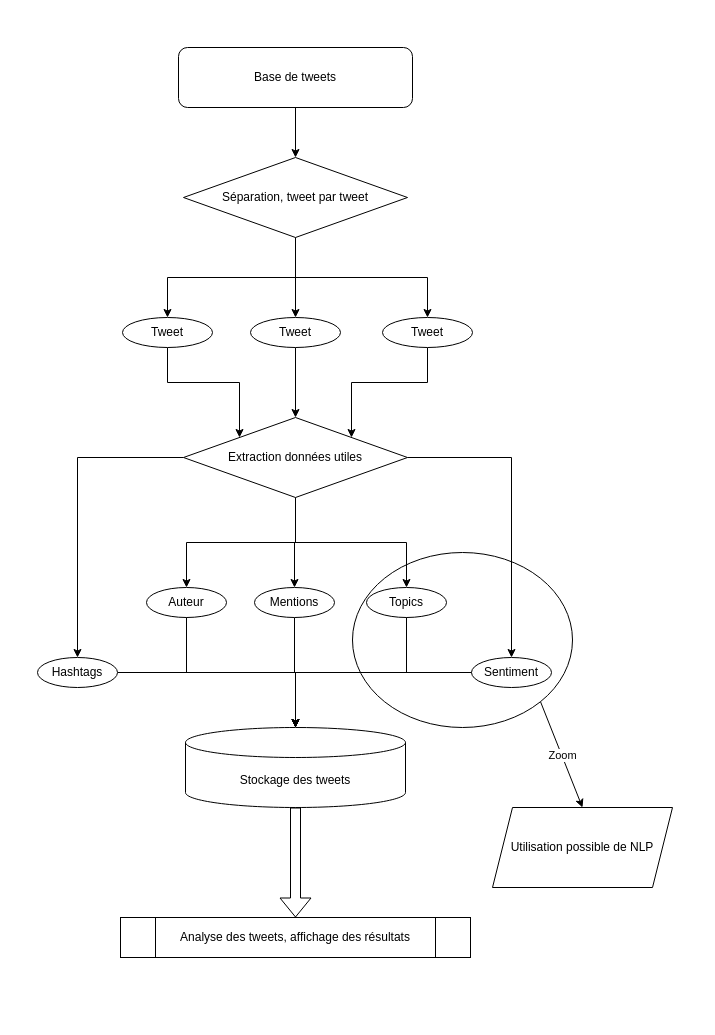
The draw.io diagram InPoDA_Diagram.drawio in Egeyae/InPoDA-project-in304, before the edit. Source tidied: cells renumbered, new cells numbered last; positions are measured from the earlier drawing's top-left corner, leaving out a move shared by most shapes. Both pictures are drawn from the tidied source at 100%, with x=0, y=0 at pixel (37, 47).
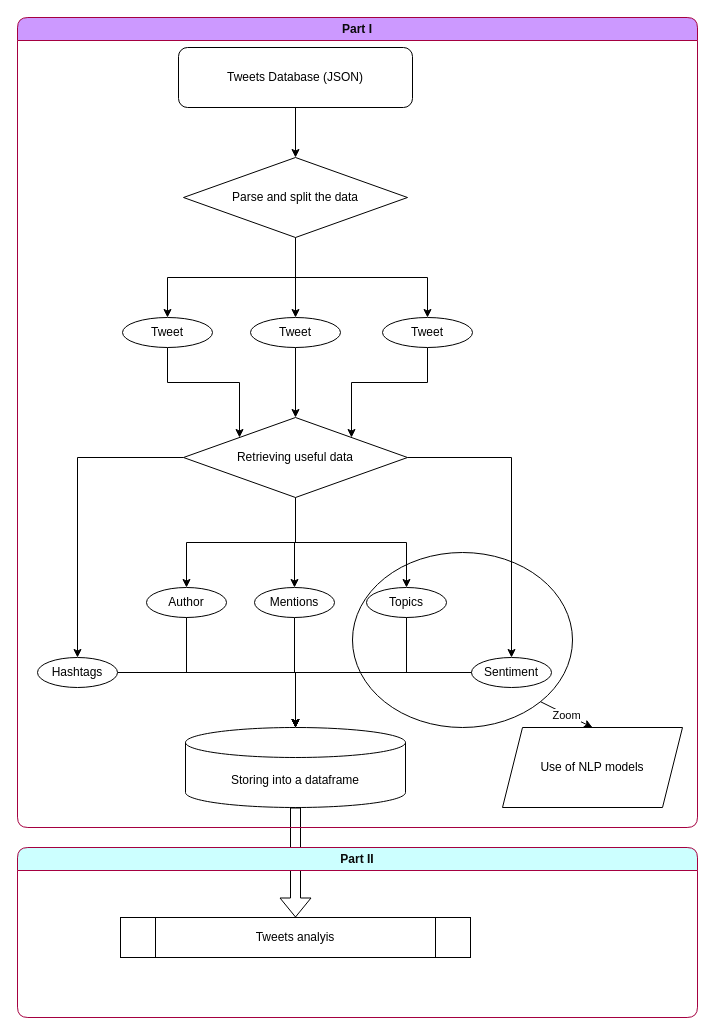
After the change.

The edit, as a diff of the source:
```diff
@@
     <mxCell id="2" style="rounded=0;html=1;jettySize=auto;orthogonalLoop=1;fontSize=11;endArrow=block;endFill=0;endSize=8;strokeWidth=1;shadow=0;labelBackgroundColor=none;edgeStyle=orthogonalEdgeStyle;" parent="1" edge="1">
       <mxGeometry relative="1" as="geometry">
-        <mxPoint x="65" y="120" as="sourcePoint" />
+        <mxPoint x="70" y="90" as="sourcePoint" />
       </mxGeometry>
     </mxCell>
     <mxCell id="3" value="Yes" style="rounded=0;html=1;jettySize=auto;orthogonalLoop=1;fontSize=11;endArrow=block;endFill=0;endSize=8;strokeWidth=1;shadow=0;labelBackgroundColor=none;edgeStyle=orthogonalEdgeStyle;" parent="1" edge="1">
       <mxGeometry y="20" relative="1" as="geometry">
-        <mxPoint x="65" y="290" as="targetPoint" />
+        <mxPoint x="70" y="260" as="targetPoint" />
       </mxGeometry>
     </mxCell>
     <mxCell id="4" value="No" style="edgeStyle=orthogonalEdgeStyle;rounded=0;html=1;jettySize=auto;orthogonalLoop=1;fontSize=11;endArrow=block;endFill=0;endSize=8;strokeWidth=1;shadow=0;labelBackgroundColor=none;" parent="1" edge="1">
       <mxGeometry y="10" relative="1" as="geometry">
-        <mxPoint x="115" y="210" as="sourcePoint" />
+        <mxPoint x="120" y="180" as="sourcePoint" />
       </mxGeometry>
     </mxCell>
     <mxCell id="5" value="No" style="rounded=0;html=1;jettySize=auto;orthogonalLoop=1;fontSize=11;endArrow=block;endFill=0;endSize=8;strokeWidth=1;shadow=0;labelBackgroundColor=none;edgeStyle=orthogonalEdgeStyle;" parent="1" edge="1">
       <mxGeometry x="0.33" y="20" relative="1" as="geometry">
-        <mxPoint x="65" y="430" as="targetPoint" />
+        <mxPoint x="70" y="400" as="targetPoint" />
       </mxGeometry>
     </mxCell>
     <mxCell id="6" value="Yes" style="edgeStyle=orthogonalEdgeStyle;rounded=0;html=1;jettySize=auto;orthogonalLoop=1;fontSize=11;endArrow=block;endFill=0;endSize=8;strokeWidth=1;shadow=0;labelBackgroundColor=none;" parent="1" edge="1">
       <mxGeometry y="10" relative="1" as="geometry">
-        <mxPoint x="115" y="330" as="sourcePoint" />
+        <mxPoint x="120" y="300" as="sourcePoint" />
       </mxGeometry>
     </mxCell>
-    <mxCell id="7" value="Stockage des tweets" style="shape=cylinder3;whiteSpace=wrap;html=1;boundedLbl=1;backgroundOutline=1;size=15;" parent="1" vertex="1">
+    <mxCell id="7" value="Storing into a dataframe" style="shape=cylinder3;whiteSpace=wrap;html=1;boundedLbl=1;backgroundOutline=1;size=15;" parent="1" vertex="1">
       <mxGeometry x="148" y="680" width="220" height="80" as="geometry" />
     </mxCell>
@@
-    <mxCell id="9" value="Base de tweets" style="rounded=1;whiteSpace=wrap;html=1;" parent="1" vertex="1">
+    <mxCell id="9" value="Tweets Database (JSON)" style="rounded=1;whiteSpace=wrap;html=1;" parent="1" vertex="1">
       <mxGeometry x="141" width="234" height="60" as="geometry" />
     </mxCell>
@@
-    <mxCell id="13" value="Séparation, tweet par tweet" style="rhombus;whiteSpace=wrap;html=1;" parent="1" vertex="1">
+    <mxCell id="13" value="Parse&amp;nbsp;&lt;span style=&quot;background-color: initial;&quot;&gt;and split the data&lt;/span&gt;" style="rhombus;whiteSpace=wrap;html=1;" parent="1" vertex="1">
       <mxGeometry x="146" y="110" width="224" height="80" as="geometry" />
     </mxCell>
@@
-    <mxCell id="25" value="Extraction données utiles" style="rhombus;whiteSpace=wrap;html=1;" parent="1" vertex="1">
+    <mxCell id="25" value="Retrieving useful data" style="rhombus;whiteSpace=wrap;html=1;" parent="1" vertex="1">
       <mxGeometry x="146" y="370" width="224" height="80" as="geometry" />
     </mxCell>
@@
-    <mxCell id="28" value="Auteur" style="ellipse;whiteSpace=wrap;html=1;" parent="1" vertex="1">
+    <mxCell id="28" value="Author" style="ellipse;whiteSpace=wrap;html=1;" parent="1" vertex="1">
       <mxGeometry x="109" y="540" width="80" height="30" as="geometry" />
     </mxCell>
@@
-    <mxCell id="37" value="Analyse des tweets, affichage des résultats" style="shape=process;whiteSpace=wrap;html=1;backgroundOutline=1;" parent="1" vertex="1">
+    <mxCell id="37" value="Tweets analyis" style="shape=process;whiteSpace=wrap;html=1;backgroundOutline=1;" parent="1" vertex="1">
       <mxGeometry x="83" y="870" width="350" height="40" as="geometry" />
     </mxCell>
@@
-    <mxCell id="39" value="Utilisation possible de NLP" style="shape=parallelogram;perimeter=parallelogramPerimeter;whiteSpace=wrap;html=1;fixedSize=1;" parent="1" vertex="1">
-      <mxGeometry x="455" y="760" width="180" height="80" as="geometry" />
+    <mxCell id="39" value="Use of NLP models" style="shape=parallelogram;perimeter=parallelogramPerimeter;whiteSpace=wrap;html=1;fixedSize=1;" parent="1" vertex="1">
+      <mxGeometry x="465" y="680" width="180" height="80" as="geometry" />
     </mxCell>
@@
+    <mxCell id="42" value="&lt;font color=&quot;#0a0a0a&quot;&gt;Part I&lt;/font&gt;" style="swimlane;whiteSpace=wrap;html=1;swimlaneFillColor=none;fillColor=#CC99FF;fontColor=#ffffff;strokeColor=#A50040;rounded=1;glass=0;" parent="1" vertex="1">
+      <mxGeometry x="-20" y="-30" width="680" height="810" as="geometry" />
+    </mxCell>
+    <mxCell id="43" value="&lt;font color=&quot;#0a0a0a&quot;&gt;Part II&lt;/font&gt;" style="swimlane;whiteSpace=wrap;html=1;swimlaneFillColor=none;fillColor=#CCFFFF;fontColor=#ffffff;strokeColor=#A50040;rounded=1;glass=0;" parent="1" vertex="1">
+      <mxGeometry x="-20" y="800" width="680" height="170" as="geometry" />
+    </mxCell>
```
